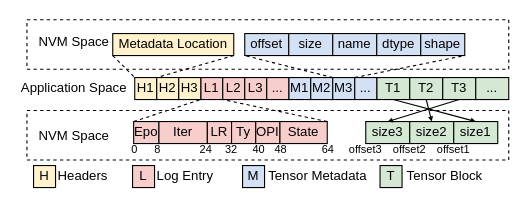
icszhr/NCheck keeps this draw.io diagram as fig/P_M.drawio. Above is the earlier version. Source tidied: cells renumbered, new cells numbered last; positions are measured from the earlier drawing's top-left corner, leaving out a move shared by most shapes. Both pictures are drawn from the tidied source at 110%, with x=0, y=0 at pixel (19, 20).
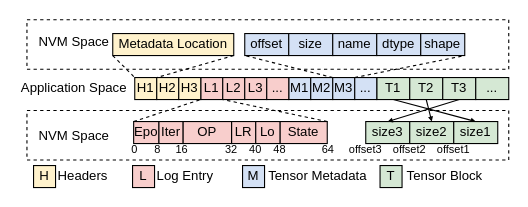
The same page after the edit.

What changed in the source:
```diff
@@
-    <mxCell id="20" value="&lt;font style=&quot;font-size: 10px;&quot;&gt;24&lt;/font&gt;" style="text;html=1;align=center;verticalAlign=middle;whiteSpace=wrap;rounded=0;" parent="1" vertex="1">
-      <mxGeometry x="165" y="112" width="10" height="10" as="geometry" />
+    <mxCell id="20" value="&lt;font style=&quot;font-size: 10px;&quot;&gt;16&lt;/font&gt;" style="text;html=1;align=center;verticalAlign=middle;whiteSpace=wrap;rounded=0;" parent="1" vertex="1">
+      <mxGeometry x="143" y="112" width="10" height="10" as="geometry" />
     </mxCell>
-    <mxCell id="21" value="&lt;font style=&quot;font-size: 10px;&quot;&gt;32&lt;/font&gt;" style="text;html=1;align=center;verticalAlign=middle;whiteSpace=wrap;rounded=0;" parent="1" vertex="1">
-      <mxGeometry x="188" y="112" width="10" height="10" as="geometry" />
-    </mxCell>
-    <mxCell id="22" value="&lt;font style=&quot;font-size: 10px;&quot;&gt;40&lt;/font&gt;" style="text;html=1;align=center;verticalAlign=middle;whiteSpace=wrap;rounded=0;" parent="1" vertex="1">
-      <mxGeometry x="213" y="112" width="10" height="10" as="geometry" />
+    <mxCell id="22" value="&lt;font style=&quot;font-size: 10px;&quot;&gt;32&lt;/font&gt;" style="text;html=1;align=center;verticalAlign=middle;whiteSpace=wrap;rounded=0;" parent="1" vertex="1">
+      <mxGeometry x="188" y="112" width="10" height="10" as="geometry" />
     </mxCell>
@@
     <mxCell id="31" value="Iter" style="rounded=0;whiteSpace=wrap;html=1;fillColor=#F8CECC;" parent="1" vertex="1">
-      <mxGeometry x="127" y="92" width="44" height="20" as="geometry" />
+      <mxGeometry x="127" y="92" width="22" height="20" as="geometry" />
     </mxCell>
-    <mxCell id="32" value="LR" style="rounded=0;whiteSpace=wrap;html=1;fillColor=#F8CECC;" parent="1" vertex="1">
-      <mxGeometry x="171" y="92" width="22" height="20" as="geometry" />
-    </mxCell>
-    <mxCell id="33" value="Ty" style="rounded=0;whiteSpace=wrap;html=1;fillColor=#F8CECC;" parent="1" vertex="1">
+    <mxCell id="33" value="LR" style="rounded=0;whiteSpace=wrap;html=1;fillColor=#F8CECC;" parent="1" vertex="1">
       <mxGeometry x="193" y="92" width="22" height="20" as="geometry" />
     </mxCell>
-    <mxCell id="34" value="OPI" style="rounded=0;whiteSpace=wrap;html=1;fillColor=#F8CECC;" parent="1" vertex="1">
-      <mxGeometry x="215" y="92" width="22" height="20" as="geometry" />
+    <mxCell id="34" value="OP" style="rounded=0;whiteSpace=wrap;html=1;fillColor=#F8CECC;" parent="1" vertex="1">
+      <mxGeometry x="149" y="92" width="44" height="20" as="geometry" />
     </mxCell>
@@
-    <mxCell id="63" value="&lt;font style=&quot;font-size: 10px;&quot;&gt;48&lt;/font&gt;" style="text;html=1;align=center;verticalAlign=middle;whiteSpace=wrap;rounded=0;" parent="1" vertex="1">
-      <mxGeometry x="233" y="112" width="10" height="10" as="geometry" />
+    <mxCell id="63" value="&lt;font style=&quot;font-size: 10px;&quot;&gt;40&lt;/font&gt;" style="text;html=1;align=center;verticalAlign=middle;whiteSpace=wrap;rounded=0;" parent="1" vertex="1">
+      <mxGeometry x="210" y="112" width="10" height="10" as="geometry" />
     </mxCell>
+    <mxCell id="64" value="Lo" style="rounded=0;whiteSpace=wrap;html=1;fillColor=#F8CECC;" parent="1" vertex="1">
+      <mxGeometry x="215" y="92" width="22" height="20" as="geometry" />
+    </mxCell>
+    <mxCell id="65" value="&lt;font style=&quot;font-size: 10px;&quot;&gt;48&lt;/font&gt;" style="text;html=1;align=center;verticalAlign=middle;whiteSpace=wrap;rounded=0;" parent="1" vertex="1">
+      <mxGeometry x="232" y="112" width="10" height="10" as="geometry" />
+    </mxCell>
```
